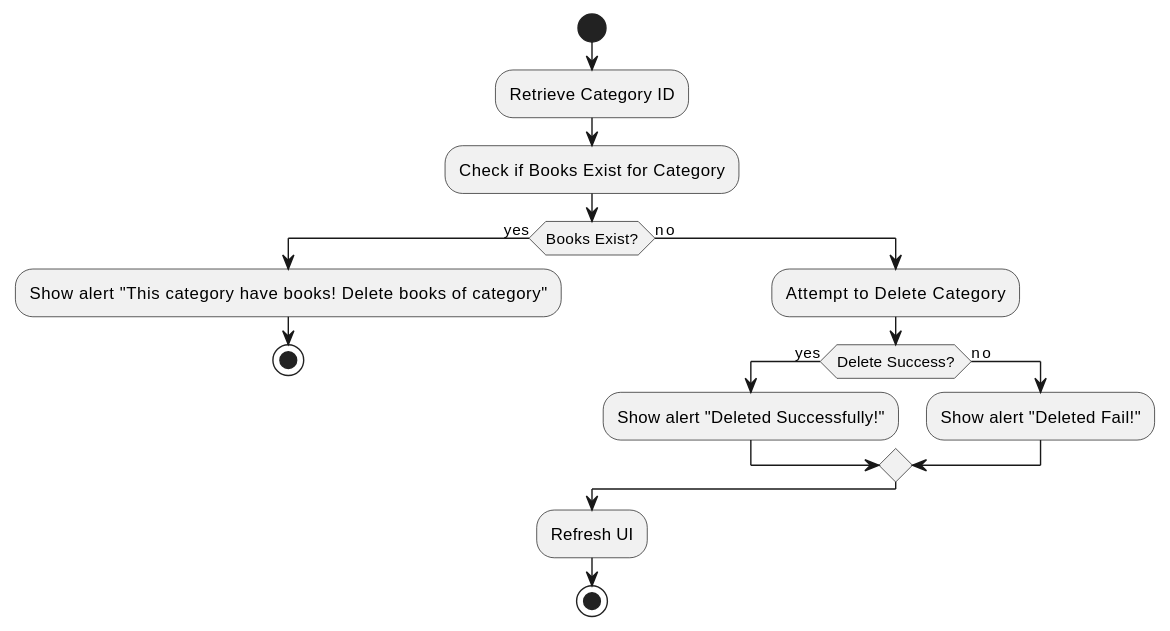
The PlantUML diagram docs/design/categories/DeleteCategory.svg in viettq1997/library-management-system, before a commit.
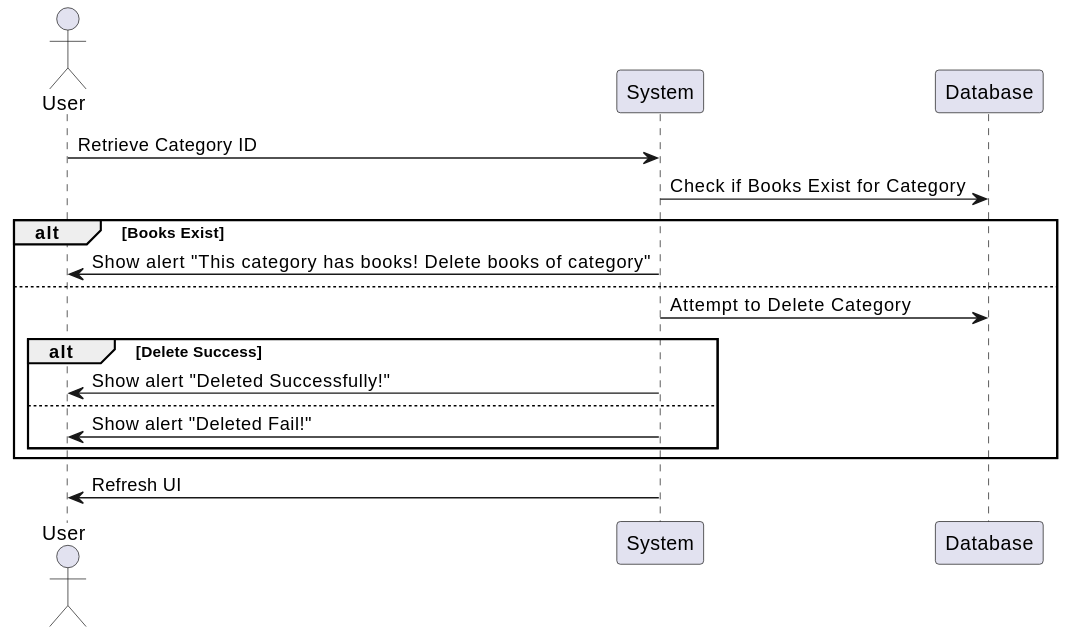
The same diagram one commit later.

Change to the diagram source:
```diff
@@ -1,21 +1,21 @@
 @startuml
-start
+actor User
+participant "System" as System
+participant "Database" as DB
 
-:Retrieve Category ID;
-:Check if Books Exist for Category;
+User -> System: Retrieve Category ID
+System -> DB: Check if Books Exist for Category
 
-if (Books Exist?) then (yes)
-  :Show alert "This category have books! Delete books of category";
-  stop
-else (no)
-  :Attempt to Delete Category;
-  if (Delete Success?) then (yes)
-    :Show alert "Deleted Successfully!";
-  else (no)
-    :Show alert "Deleted Fail!";
-  endif
-endif
+alt Books Exist
+  System -> User: Show alert "This category has books! Delete books of category"
+else
+  System -> DB: Attempt to Delete Category
+  alt Delete Success
+    System -> User: Show alert "Deleted Successfully!"
+  else
+    System -> User: Show alert "Deleted Fail!"
+  end
+end
 
-:Refresh UI;
-stop
+System -> User: Refresh UI
 @enduml
```
